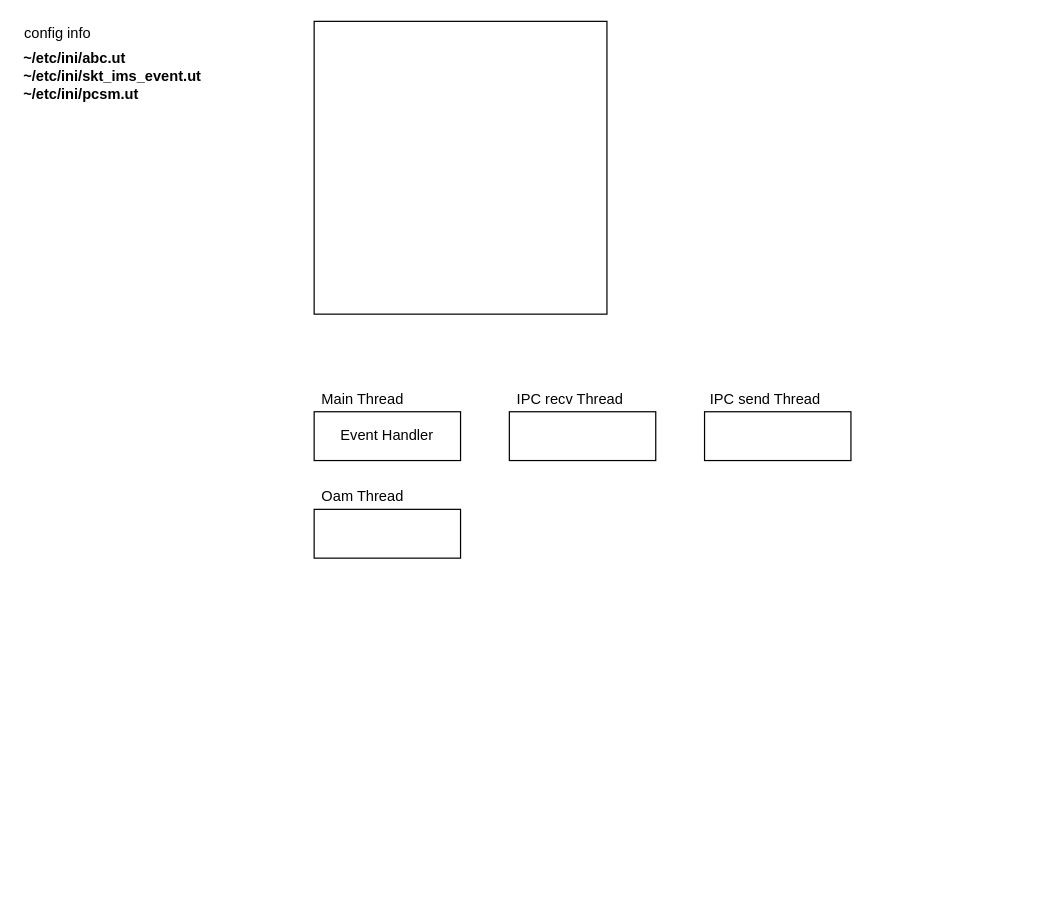
Earlier version of the draw.io diagram ABC.drawio (JaeHyeon774/NEWTIL). Source tidied: cells renumbered, new cells numbered last; positions are measured from the earlier drawing's top-left corner, leaving out a move shared by most shapes. Both pictures are drawn from the tidied source at 122%, with x=0, y=0 at pixel (21, 21).
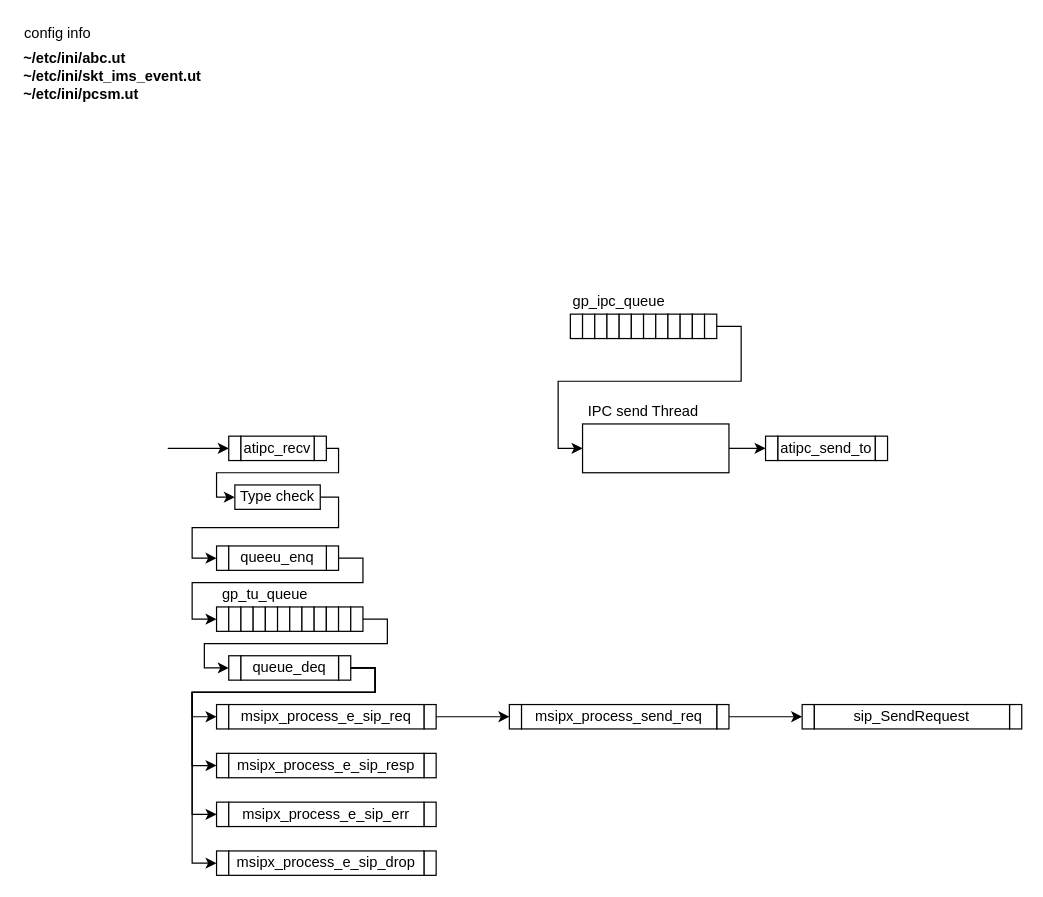
The same page after the edit.

Diff of the diagram source:
```diff
@@
-    <mxCell id="2" style="rounded=0;whiteSpace=wrap;html=1;" parent="1" vertex="1">
-      <mxGeometry x="240" width="240" height="240" as="geometry" />
-    </mxCell>
@@
-    <mxCell id="5" value="Event Handler" style="rounded=0;whiteSpace=wrap;html=1;" parent="1" vertex="1">
-      <mxGeometry x="240" y="320" width="120" height="40" as="geometry" />
-    </mxCell>
-    <mxCell id="6" value="Main Thread" style="text;html=1;whiteSpace=wrap;strokeColor=none;fillColor=none;align=center;verticalAlign=middle;rounded=0;" parent="1" vertex="1">
-      <mxGeometry x="240" y="300" width="80" height="20" as="geometry" />
-    </mxCell>
-    <mxCell id="7" style="rounded=0;whiteSpace=wrap;html=1;" parent="1" vertex="1">
-      <mxGeometry x="400" y="320" width="120" height="40" as="geometry" />
-    </mxCell>
+    <mxCell id="13" style="edgeStyle=orthogonalEdgeStyle;rounded=0;jettySize=auto;html=1;exitX=1;exitY=0.5;exitDx=0;exitDy=0;entryX=0;entryY=0.5;entryDx=0;entryDy=0;" parent="1" edge="1" source="8" target="55">
+      <mxGeometry relative="1" as="geometry" />
+    </mxCell>
     <mxCell id="8" style="rounded=0;whiteSpace=wrap;html=1;" parent="1" vertex="1">
-      <mxGeometry x="560" y="320" width="120" height="40" as="geometry" />
+      <mxGeometry x="460" y="330" width="120" height="40" as="geometry" />
     </mxCell>
-    <mxCell id="9" value="IPC recv Thread" style="text;html=1;whiteSpace=wrap;strokeColor=none;fillColor=none;align=center;verticalAlign=middle;rounded=0;" parent="1" vertex="1">
-      <mxGeometry x="400" y="300" width="100" height="20" as="geometry" />
-    </mxCell>
     <mxCell id="10" value="IPC send Thread" style="text;html=1;whiteSpace=wrap;strokeColor=none;fillColor=none;align=center;verticalAlign=middle;rounded=0;" parent="1" vertex="1">
-      <mxGeometry x="560" y="300" width="100" height="20" as="geometry" />
+      <mxGeometry x="460" y="310" width="100" height="20" as="geometry" />
     </mxCell>
-    <mxCell id="11" style="rounded=0;whiteSpace=wrap;html=1;" parent="1" vertex="1">
-      <mxGeometry x="240" y="400" width="120" height="40" as="geometry" />
-    </mxCell>
-    <mxCell id="12" value="Oam Thread" style="text;html=1;whiteSpace=wrap;strokeColor=none;fillColor=none;align=center;verticalAlign=middle;rounded=0;" parent="1" vertex="1">
-      <mxGeometry x="240" y="380" width="80" height="20" as="geometry" />
-    </mxCell>
+    <mxCell id="14" style="group;" parent="1" vertex="1">
+      <mxGeometry x="170" y="340" width="80" height="20" as="geometry" />
+    </mxCell>
+    <mxCell id="15" style="rounded=0;whiteSpace=wrap;html=1;" parent="14" vertex="1">
+      <mxGeometry width="10" height="20" as="geometry" />
+    </mxCell>
+    <mxCell id="16" style="rounded=0;whiteSpace=wrap;html=1;" parent="14" vertex="1">
+      <mxGeometry x="70" width="10" height="20" as="geometry" />
+    </mxCell>
+    <mxCell id="17" value="atipc_recv" style="rounded=0;whiteSpace=wrap;html=1;" parent="14" vertex="1">
+      <mxGeometry x="10" width="60" height="20" as="geometry" />
+    </mxCell>
+    <mxCell id="18" style="edgeStyle=orthogonalEdgeStyle;rounded=0;jettySize=auto;html=1;exitX=1;exitY=0.5;exitDx=0;exitDy=0;entryX=0;entryY=0.5;entryDx=0;entryDy=0;" parent="1" edge="1" source="19" target="57">
+      <mxGeometry relative="1" as="geometry">
+        <Array as="points">
+          <mxPoint x="260" y="390" />
+          <mxPoint x="260" y="415" />
+          <mxPoint x="140" y="415" />
+          <mxPoint x="140" y="440" />
+        </Array>
+      </mxGeometry>
+    </mxCell>
+    <mxCell id="19" value="Type check" style="rounded=0;whiteSpace=wrap;html=1;" parent="1" vertex="1">
+      <mxGeometry x="175" y="380" width="70" height="20" as="geometry" />
+    </mxCell>
+    <mxCell id="20" style="endArrow=classic;html=1;rounded=0;entryX=0;entryY=0.5;entryDx=0;entryDy=0;" parent="1" edge="1" target="15">
+      <mxGeometry relative="1" as="geometry">
+        <mxPoint x="120" y="350" as="sourcePoint" />
+      </mxGeometry>
+    </mxCell>
+    <mxCell id="21" style="edgeStyle=orthogonalEdgeStyle;rounded=0;jettySize=auto;html=1;exitX=1;exitY=0.5;exitDx=0;exitDy=0;entryX=0;entryY=0.5;entryDx=0;entryDy=0;" parent="1" edge="1" source="16" target="19">
+      <mxGeometry relative="1" as="geometry">
+        <Array as="points">
+          <mxPoint x="260" y="350" />
+          <mxPoint x="260" y="370" />
+          <mxPoint x="160" y="370" />
+          <mxPoint x="160" y="390" />
+        </Array>
+      </mxGeometry>
+    </mxCell>
+    <mxCell id="22" style="edgeStyle=orthogonalEdgeStyle;rounded=0;jettySize=auto;html=1;exitX=1;exitY=0.5;exitDx=0;exitDy=0;entryX=0;entryY=0.5;entryDx=0;entryDy=0;" parent="1" edge="1" source="58" target="25">
+      <mxGeometry relative="1" as="geometry">
+        <Array as="points">
+          <mxPoint x="280" y="440" />
+          <mxPoint x="280" y="460" />
+          <mxPoint x="140" y="460" />
+          <mxPoint x="140" y="490" />
+        </Array>
+      </mxGeometry>
+    </mxCell>
+    <mxCell id="23" style="group;" parent="1" vertex="1">
+      <mxGeometry x="160" y="460" width="120" height="40" as="geometry" />
+    </mxCell>
+    <mxCell id="24" value="gp_tu_queue" style="text;html=1;whiteSpace=wrap;strokeColor=none;fillColor=none;align=center;verticalAlign=middle;rounded=0;" parent="23" vertex="1">
+      <mxGeometry width="80" height="20" as="geometry" />
+    </mxCell>
+    <mxCell id="25" style="rounded=0;whiteSpace=wrap;html=1;" parent="23" vertex="1">
+      <mxGeometry y="20" width="10" height="20" as="geometry" />
+    </mxCell>
+    <mxCell id="26" style="rounded=0;whiteSpace=wrap;html=1;" parent="23" vertex="1">
+      <mxGeometry x="10" y="20" width="10" height="20" as="geometry" />
+    </mxCell>
+    <mxCell id="27" style="rounded=0;whiteSpace=wrap;html=1;" parent="23" vertex="1">
+      <mxGeometry x="20" y="20" width="10" height="20" as="geometry" />
+    </mxCell>
+    <mxCell id="28" style="rounded=0;whiteSpace=wrap;html=1;" parent="23" vertex="1">
+      <mxGeometry x="30" y="20" width="10" height="20" as="geometry" />
+    </mxCell>
+    <mxCell id="29" style="rounded=0;whiteSpace=wrap;html=1;" parent="23" vertex="1">
+      <mxGeometry x="40" y="20" width="10" height="20" as="geometry" />
+    </mxCell>
+    <mxCell id="30" style="rounded=0;whiteSpace=wrap;html=1;" parent="23" vertex="1">
+      <mxGeometry x="50" y="20" width="10" height="20" as="geometry" />
+    </mxCell>
+    <mxCell id="31" style="rounded=0;whiteSpace=wrap;html=1;" parent="23" vertex="1">
+      <mxGeometry x="60" y="20" width="10" height="20" as="geometry" />
+    </mxCell>
+    <mxCell id="32" style="rounded=0;whiteSpace=wrap;html=1;" parent="23" vertex="1">
+      <mxGeometry x="70" y="20" width="10" height="20" as="geometry" />
+    </mxCell>
+    <mxCell id="33" style="rounded=0;whiteSpace=wrap;html=1;" parent="23" vertex="1">
+      <mxGeometry x="80" y="20" width="10" height="20" as="geometry" />
+    </mxCell>
+    <mxCell id="34" style="rounded=0;whiteSpace=wrap;html=1;" parent="23" vertex="1">
+      <mxGeometry x="90" y="20" width="10" height="20" as="geometry" />
+    </mxCell>
+    <mxCell id="35" style="rounded=0;whiteSpace=wrap;html=1;" parent="23" vertex="1">
+      <mxGeometry x="100" y="20" width="10" height="20" as="geometry" />
+    </mxCell>
+    <mxCell id="36" style="rounded=0;whiteSpace=wrap;html=1;" parent="23" vertex="1">
+      <mxGeometry x="110" y="20" width="10" height="20" as="geometry" />
+    </mxCell>
+    <mxCell id="37" style="group;" parent="1" vertex="1">
+      <mxGeometry x="450" y="220" width="120" height="40" as="geometry" />
+    </mxCell>
+    <mxCell id="38" value="gp_ipc_que&lt;span style=&quot;background-color: transparent; color: light-dark(rgb(0, 0, 0), rgb(255, 255, 255));&quot;&gt;ue&lt;/span&gt;" style="text;html=1;whiteSpace=wrap;strokeColor=none;fillColor=none;align=center;verticalAlign=middle;rounded=0;" parent="37" vertex="1">
+      <mxGeometry width="80" height="20" as="geometry" />
+    </mxCell>
+    <mxCell id="39" style="rounded=0;whiteSpace=wrap;html=1;" parent="37" vertex="1">
+      <mxGeometry y="20" width="10" height="20" as="geometry" />
+    </mxCell>
+    <mxCell id="40" style="rounded=0;whiteSpace=wrap;html=1;" parent="37" vertex="1">
+      <mxGeometry x="10" y="20" width="10" height="20" as="geometry" />
+    </mxCell>
+    <mxCell id="41" style="rounded=0;whiteSpace=wrap;html=1;" parent="37" vertex="1">
+      <mxGeometry x="20" y="20" width="10" height="20" as="geometry" />
+    </mxCell>
+    <mxCell id="42" style="rounded=0;whiteSpace=wrap;html=1;" parent="37" vertex="1">
+      <mxGeometry x="30" y="20" width="10" height="20" as="geometry" />
+    </mxCell>
+    <mxCell id="43" style="rounded=0;whiteSpace=wrap;html=1;" parent="37" vertex="1">
+      <mxGeometry x="40" y="20" width="10" height="20" as="geometry" />
+    </mxCell>
+    <mxCell id="44" style="rounded=0;whiteSpace=wrap;html=1;" parent="37" vertex="1">
+      <mxGeometry x="50" y="20" width="10" height="20" as="geometry" />
+    </mxCell>
+    <mxCell id="45" style="rounded=0;whiteSpace=wrap;html=1;" parent="37" vertex="1">
+      <mxGeometry x="60" y="20" width="10" height="20" as="geometry" />
+    </mxCell>
+    <mxCell id="46" style="rounded=0;whiteSpace=wrap;html=1;" parent="37" vertex="1">
+      <mxGeometry x="70" y="20" width="10" height="20" as="geometry" />
+    </mxCell>
+    <mxCell id="47" style="rounded=0;whiteSpace=wrap;html=1;" parent="37" vertex="1">
+      <mxGeometry x="80" y="20" width="10" height="20" as="geometry" />
+    </mxCell>
+    <mxCell id="48" style="rounded=0;whiteSpace=wrap;html=1;" parent="37" vertex="1">
+      <mxGeometry x="90" y="20" width="10" height="20" as="geometry" />
+    </mxCell>
+    <mxCell id="49" style="rounded=0;whiteSpace=wrap;html=1;" parent="37" vertex="1">
+      <mxGeometry x="100" y="20" width="10" height="20" as="geometry" />
+    </mxCell>
+    <mxCell id="50" style="rounded=0;whiteSpace=wrap;html=1;" parent="37" vertex="1">
+      <mxGeometry x="110" y="20" width="10" height="20" as="geometry" />
+    </mxCell>
+    <mxCell id="51" style="edgeStyle=orthogonalEdgeStyle;rounded=0;jettySize=auto;html=1;exitX=1;exitY=0.5;exitDx=0;exitDy=0;entryX=0;entryY=0.5;entryDx=0;entryDy=0;" parent="1" edge="1" source="50" target="8">
+      <mxGeometry relative="1" as="geometry" />
+    </mxCell>
+    <mxCell id="52" style="group;" parent="1" vertex="1">
+      <mxGeometry x="610" y="340" width="100" height="20" as="geometry" />
+    </mxCell>
+    <mxCell id="53" value="atipc_send_to" style="rounded=0;whiteSpace=wrap;html=1;" parent="52" vertex="1">
+      <mxGeometry x="10" width="80" height="20" as="geometry" />
+    </mxCell>
+    <mxCell id="54" style="rounded=0;whiteSpace=wrap;html=1;" parent="52" vertex="1">
+      <mxGeometry x="90" width="10" height="20" as="geometry" />
+    </mxCell>
+    <mxCell id="55" style="rounded=0;whiteSpace=wrap;html=1;" parent="52" vertex="1">
+      <mxGeometry width="10" height="20" as="geometry" />
+    </mxCell>
+    <mxCell id="56" style="group;" parent="1" vertex="1">
+      <mxGeometry x="160" y="430" width="100" height="20" as="geometry" />
+    </mxCell>
+    <mxCell id="57" style="rounded=0;whiteSpace=wrap;html=1;" parent="56" vertex="1">
+      <mxGeometry width="10" height="20" as="geometry" />
+    </mxCell>
+    <mxCell id="58" style="rounded=0;whiteSpace=wrap;html=1;" parent="56" vertex="1">
+      <mxGeometry x="90" width="10" height="20" as="geometry" />
+    </mxCell>
+    <mxCell id="59" value="queeu_enq" style="rounded=0;whiteSpace=wrap;html=1;" parent="56" vertex="1">
+      <mxGeometry x="10" width="80" height="20" as="geometry" />
+    </mxCell>
+    <mxCell id="60" style="group;" parent="1" vertex="1">
+      <mxGeometry x="170" y="520" width="100" height="20" as="geometry" />
+    </mxCell>
+    <mxCell id="61" style="rounded=0;whiteSpace=wrap;html=1;" parent="60" vertex="1">
+      <mxGeometry width="10" height="20" as="geometry" />
+    </mxCell>
+    <mxCell id="62" style="rounded=0;whiteSpace=wrap;html=1;" parent="60" vertex="1">
+      <mxGeometry x="90" width="10" height="20" as="geometry" />
+    </mxCell>
+    <mxCell id="63" value="queue_deq" style="rounded=0;whiteSpace=wrap;html=1;" parent="60" vertex="1">
+      <mxGeometry x="10" width="80" height="20" as="geometry" />
+    </mxCell>
+    <mxCell id="64" style="edgeStyle=orthogonalEdgeStyle;rounded=0;jettySize=auto;html=1;exitX=1;exitY=0.5;exitDx=0;exitDy=0;entryX=0;entryY=0.5;entryDx=0;entryDy=0;" parent="1" edge="1" source="36" target="61">
+      <mxGeometry relative="1" as="geometry">
+        <Array as="points">
+          <mxPoint x="300" y="490" />
+          <mxPoint x="300" y="510" />
+          <mxPoint x="150" y="510" />
+          <mxPoint x="150" y="530" />
+        </Array>
+      </mxGeometry>
+    </mxCell>
+    <mxCell id="65" style="group;" parent="1" vertex="1">
+      <mxGeometry x="160" y="560" width="180" height="140" as="geometry" />
+    </mxCell>
+    <mxCell id="66" style="group;" parent="65" vertex="1">
+      <mxGeometry width="180" height="20" as="geometry" />
+    </mxCell>
+    <mxCell id="67" style="rounded=0;whiteSpace=wrap;html=1;" parent="66" vertex="1">
+      <mxGeometry x="170" width="10" height="20" as="geometry" />
+    </mxCell>
+    <mxCell id="68" style="rounded=0;whiteSpace=wrap;html=1;" parent="66" vertex="1">
+      <mxGeometry width="10" height="20" as="geometry" />
+    </mxCell>
+    <mxCell id="69" value="msipx_process_e_sip_req" style="rounded=0;whiteSpace=wrap;html=1;" parent="66" vertex="1">
+      <mxGeometry x="10" width="160" height="20" as="geometry" />
+    </mxCell>
+    <mxCell id="70" style="group;" parent="65" vertex="1">
+      <mxGeometry y="40" width="180" height="20" as="geometry" />
+    </mxCell>
+    <mxCell id="71" style="rounded=0;whiteSpace=wrap;html=1;" parent="70" vertex="1">
+      <mxGeometry width="10" height="20" as="geometry" />
+    </mxCell>
+    <mxCell id="72" style="rounded=0;whiteSpace=wrap;html=1;" parent="70" vertex="1">
+      <mxGeometry x="170" width="10" height="20" as="geometry" />
+    </mxCell>
+    <mxCell id="73" value="msipx_process_e_sip_resp" style="rounded=0;whiteSpace=wrap;html=1;" parent="70" vertex="1">
+      <mxGeometry x="10" width="160" height="20" as="geometry" />
+    </mxCell>
+    <mxCell id="74" style="group;" parent="65" vertex="1">
+      <mxGeometry y="80" width="180" height="20" as="geometry" />
+    </mxCell>
+    <mxCell id="75" style="rounded=0;whiteSpace=wrap;html=1;" parent="74" vertex="1">
+      <mxGeometry width="10" height="20" as="geometry" />
+    </mxCell>
+    <mxCell id="76" style="rounded=0;whiteSpace=wrap;html=1;" parent="74" vertex="1">
+      <mxGeometry x="170" width="10" height="20" as="geometry" />
+    </mxCell>
+    <mxCell id="77" value="msipx_process_e_sip_err" style="rounded=0;whiteSpace=wrap;html=1;" parent="74" vertex="1">
+      <mxGeometry x="10" width="160" height="20" as="geometry" />
+    </mxCell>
+    <mxCell id="78" style="group;" parent="65" vertex="1">
+      <mxGeometry y="120" width="180" height="20" as="geometry" />
+    </mxCell>
+    <mxCell id="79" style="rounded=0;whiteSpace=wrap;html=1;" parent="78" vertex="1">
+      <mxGeometry width="10" height="20" as="geometry" />
+    </mxCell>
+    <mxCell id="80" style="rounded=0;whiteSpace=wrap;html=1;" parent="78" vertex="1">
+      <mxGeometry x="170" width="10" height="20" as="geometry" />
+    </mxCell>
+    <mxCell id="81" value="msipx_process_e_sip_drop" style="rounded=0;whiteSpace=wrap;html=1;" parent="78" vertex="1">
+      <mxGeometry x="10" width="160" height="20" as="geometry" />
+    </mxCell>
+    <mxCell id="82" style="edgeStyle=orthogonalEdgeStyle;rounded=0;jettySize=auto;html=1;exitX=1;exitY=0.5;exitDx=0;exitDy=0;entryX=0;entryY=0.5;entryDx=0;entryDy=0;" parent="1" edge="1" source="62" target="68">
+      <mxGeometry relative="1" as="geometry">
+        <Array as="points">
+          <mxPoint x="290" y="530" />
+          <mxPoint x="290" y="550" />
+          <mxPoint x="140" y="550" />
+          <mxPoint x="140" y="570" />
+        </Array>
+      </mxGeometry>
+    </mxCell>
+    <mxCell id="83" style="edgeStyle=orthogonalEdgeStyle;rounded=0;jettySize=auto;html=1;exitX=1;exitY=0.5;exitDx=0;exitDy=0;entryX=0;entryY=0.5;entryDx=0;entryDy=0;" parent="1" edge="1" source="62" target="71">
+      <mxGeometry relative="1" as="geometry">
+        <Array as="points">
+          <mxPoint x="290" y="530" />
+          <mxPoint x="290" y="550" />
+          <mxPoint x="140" y="550" />
+          <mxPoint x="140" y="610" />
+        </Array>
+      </mxGeometry>
+    </mxCell>
+    <mxCell id="84" style="edgeStyle=orthogonalEdgeStyle;rounded=0;jettySize=auto;html=1;exitX=1;exitY=0.5;exitDx=0;exitDy=0;entryX=0;entryY=0.5;entryDx=0;entryDy=0;" parent="1" edge="1" source="62" target="75">
+      <mxGeometry relative="1" as="geometry">
+        <Array as="points">
+          <mxPoint x="290" y="530" />
+          <mxPoint x="290" y="550" />
+          <mxPoint x="140" y="550" />
+          <mxPoint x="140" y="650" />
+        </Array>
+      </mxGeometry>
+    </mxCell>
+    <mxCell id="85" style="edgeStyle=orthogonalEdgeStyle;rounded=0;jettySize=auto;html=1;exitX=1;exitY=0.5;exitDx=0;exitDy=0;entryX=0;entryY=0.5;entryDx=0;entryDy=0;" parent="1" edge="1" source="62" target="79">
+      <mxGeometry relative="1" as="geometry">
+        <Array as="points">
+          <mxPoint x="290" y="530" />
+          <mxPoint x="290" y="550" />
+          <mxPoint x="140" y="550" />
+          <mxPoint x="140" y="690" />
+        </Array>
+      </mxGeometry>
+    </mxCell>
+    <mxCell id="86" style="group;" parent="1" vertex="1">
+      <mxGeometry x="400" y="560" width="180" height="20" as="geometry" />
+    </mxCell>
+    <mxCell id="87" style="rounded=0;whiteSpace=wrap;html=1;" parent="86" vertex="1">
+      <mxGeometry x="170" width="10" height="20" as="geometry" />
+    </mxCell>
+    <mxCell id="88" style="rounded=0;whiteSpace=wrap;html=1;" parent="86" vertex="1">
+      <mxGeometry width="10" height="20" as="geometry" />
+    </mxCell>
+    <mxCell id="89" value="msipx_process_send_req" style="rounded=0;whiteSpace=wrap;html=1;" parent="86" vertex="1">
+      <mxGeometry x="10" width="160" height="20" as="geometry" />
+    </mxCell>
+    <mxCell id="90" style="group;" parent="1" vertex="1">
+      <mxGeometry x="640" y="560" width="180" height="20" as="geometry" />
+    </mxCell>
+    <mxCell id="91" style="rounded=0;whiteSpace=wrap;html=1;" parent="90" vertex="1">
+      <mxGeometry x="170" width="10" height="20" as="geometry" />
+    </mxCell>
+    <mxCell id="92" style="rounded=0;whiteSpace=wrap;html=1;" parent="90" vertex="1">
+      <mxGeometry width="10" height="20" as="geometry" />
+    </mxCell>
+    <mxCell id="93" value="sip_SendRequest" style="rounded=0;whiteSpace=wrap;html=1;" parent="90" vertex="1">
+      <mxGeometry x="10" width="160" height="20" as="geometry" />
+    </mxCell>
+    <mxCell id="94" style="edgeStyle=orthogonalEdgeStyle;rounded=0;jettySize=auto;html=1;exitX=1;exitY=0.5;exitDx=0;exitDy=0;entryX=0;entryY=0.5;entryDx=0;entryDy=0;" parent="1" edge="1" source="87" target="92">
+      <mxGeometry relative="1" as="geometry" />
+    </mxCell>
+    <mxCell id="95" style="edgeStyle=orthogonalEdgeStyle;rounded=0;jettySize=auto;html=1;exitX=1;exitY=0.5;exitDx=0;exitDy=0;entryX=0;entryY=0.5;entryDx=0;entryDy=0;" parent="1" edge="1" source="67" target="88">
+      <mxGeometry relative="1" as="geometry" />
+    </mxCell>
```
